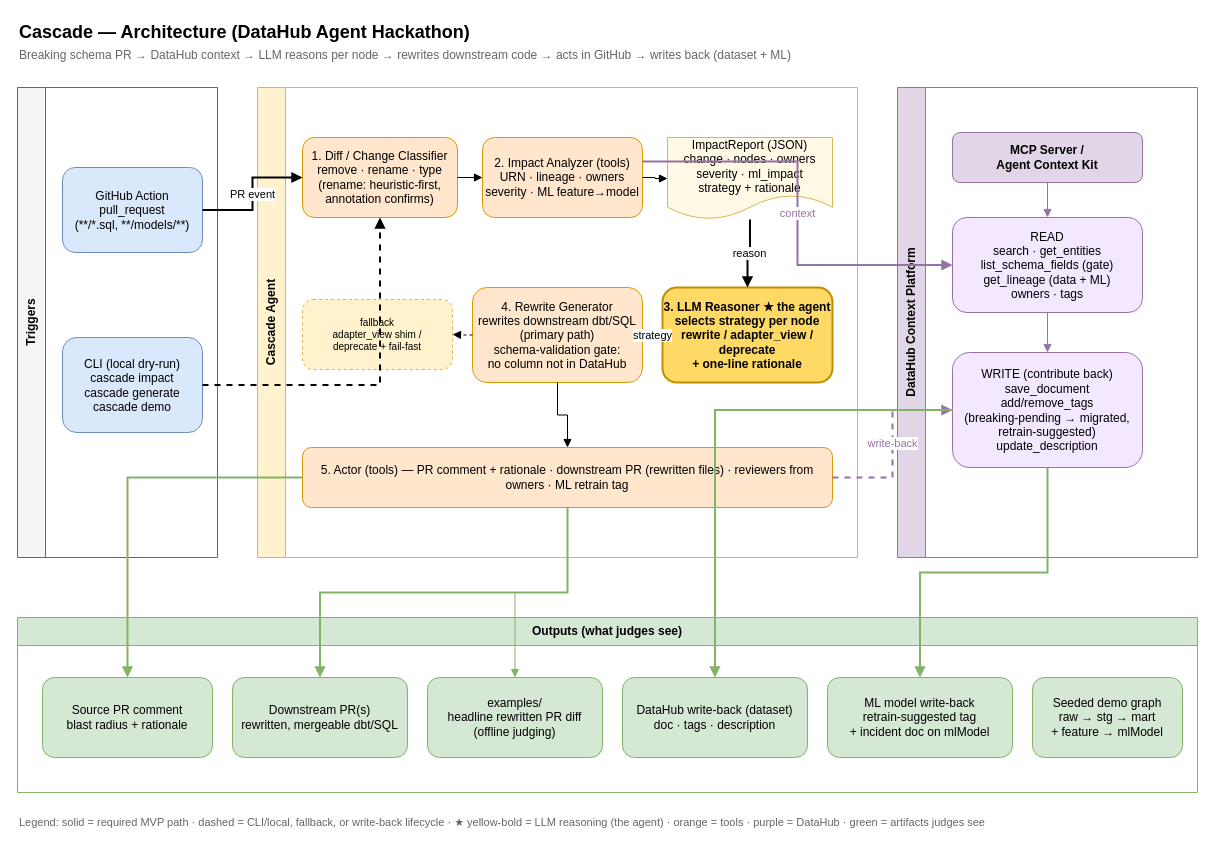
himxsh/Cascade keeps this draw.io diagram as docs/architecture.drawio. Above is the earlier version. Source tidied: cells renumbered, new cells numbered last; positions are measured from the earlier drawing's top-left corner, leaving out a move shared by most shapes. Both pictures are drawn from the tidied source at 100%, with x=0, y=0 at pixel (17, 17).
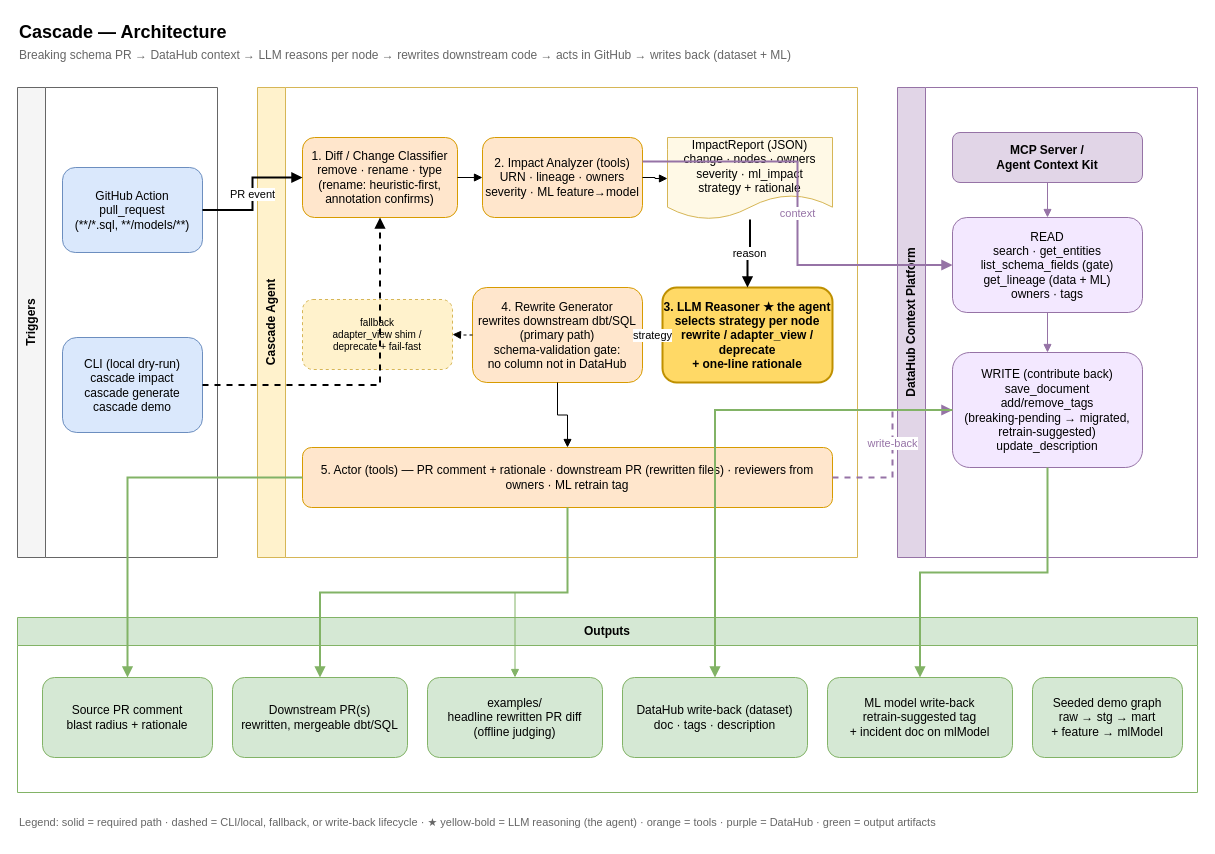
The same diagram, later.

What changed in the source:
```diff
@@
-    <mxCell id="2" value="Cascade — Architecture (DataHub Agent Hackathon)" style="text;html=1;strokeColor=none;fillColor=none;align=left;verticalAlign=middle;fontStyle=1;fontSize=18;" parent="1" vertex="1">
+    <mxCell id="2" value="Cascade — Architecture" style="text;html=1;strokeColor=none;fillColor=none;align=left;verticalAlign=middle;fontStyle=1;fontSize=18;" parent="1" vertex="1">
       <mxGeometry width="640" height="30" as="geometry" />
     </mxCell>
@@
-    <mxCell id="19" value="Outputs (what judges see)" style="swimlane;horizontal=1;whiteSpace=wrap;html=1;fillColor=#d5e8d4;strokeColor=#82b366;fontStyle=1;startSize=28;" parent="1" vertex="1">
+    <mxCell id="19" value="Outputs" style="swimlane;horizontal=1;whiteSpace=wrap;html=1;fillColor=#d5e8d4;strokeColor=#82b366;fontStyle=1;startSize=28;" parent="1" vertex="1">
       <mxGeometry y="600" width="1180" height="175" as="geometry" />
     </mxCell>
@@
-    <mxCell id="43" value="Legend: solid = required MVP path · dashed = CLI/local, fallback, or write-back lifecycle · ★ yellow-bold = LLM reasoning (the agent) · orange = tools · purple = DataHub · green = artifacts judges see" style="text;html=1;strokeColor=none;fillColor=none;align=left;verticalAlign=middle;fontSize=11;fontColor=#666666;" parent="1" vertex="1">
+    <mxCell id="43" value="Legend: solid = required path · dashed = CLI/local, fallback, or write-back lifecycle · ★ yellow-bold = LLM reasoning (the agent) · orange = tools · purple = DataHub · green = output artifacts" style="text;html=1;strokeColor=none;fillColor=none;align=left;verticalAlign=middle;fontSize=11;fontColor=#666666;" parent="1" vertex="1">
       <mxGeometry y="790" width="1180" height="30" as="geometry" />
     </mxCell>
```
